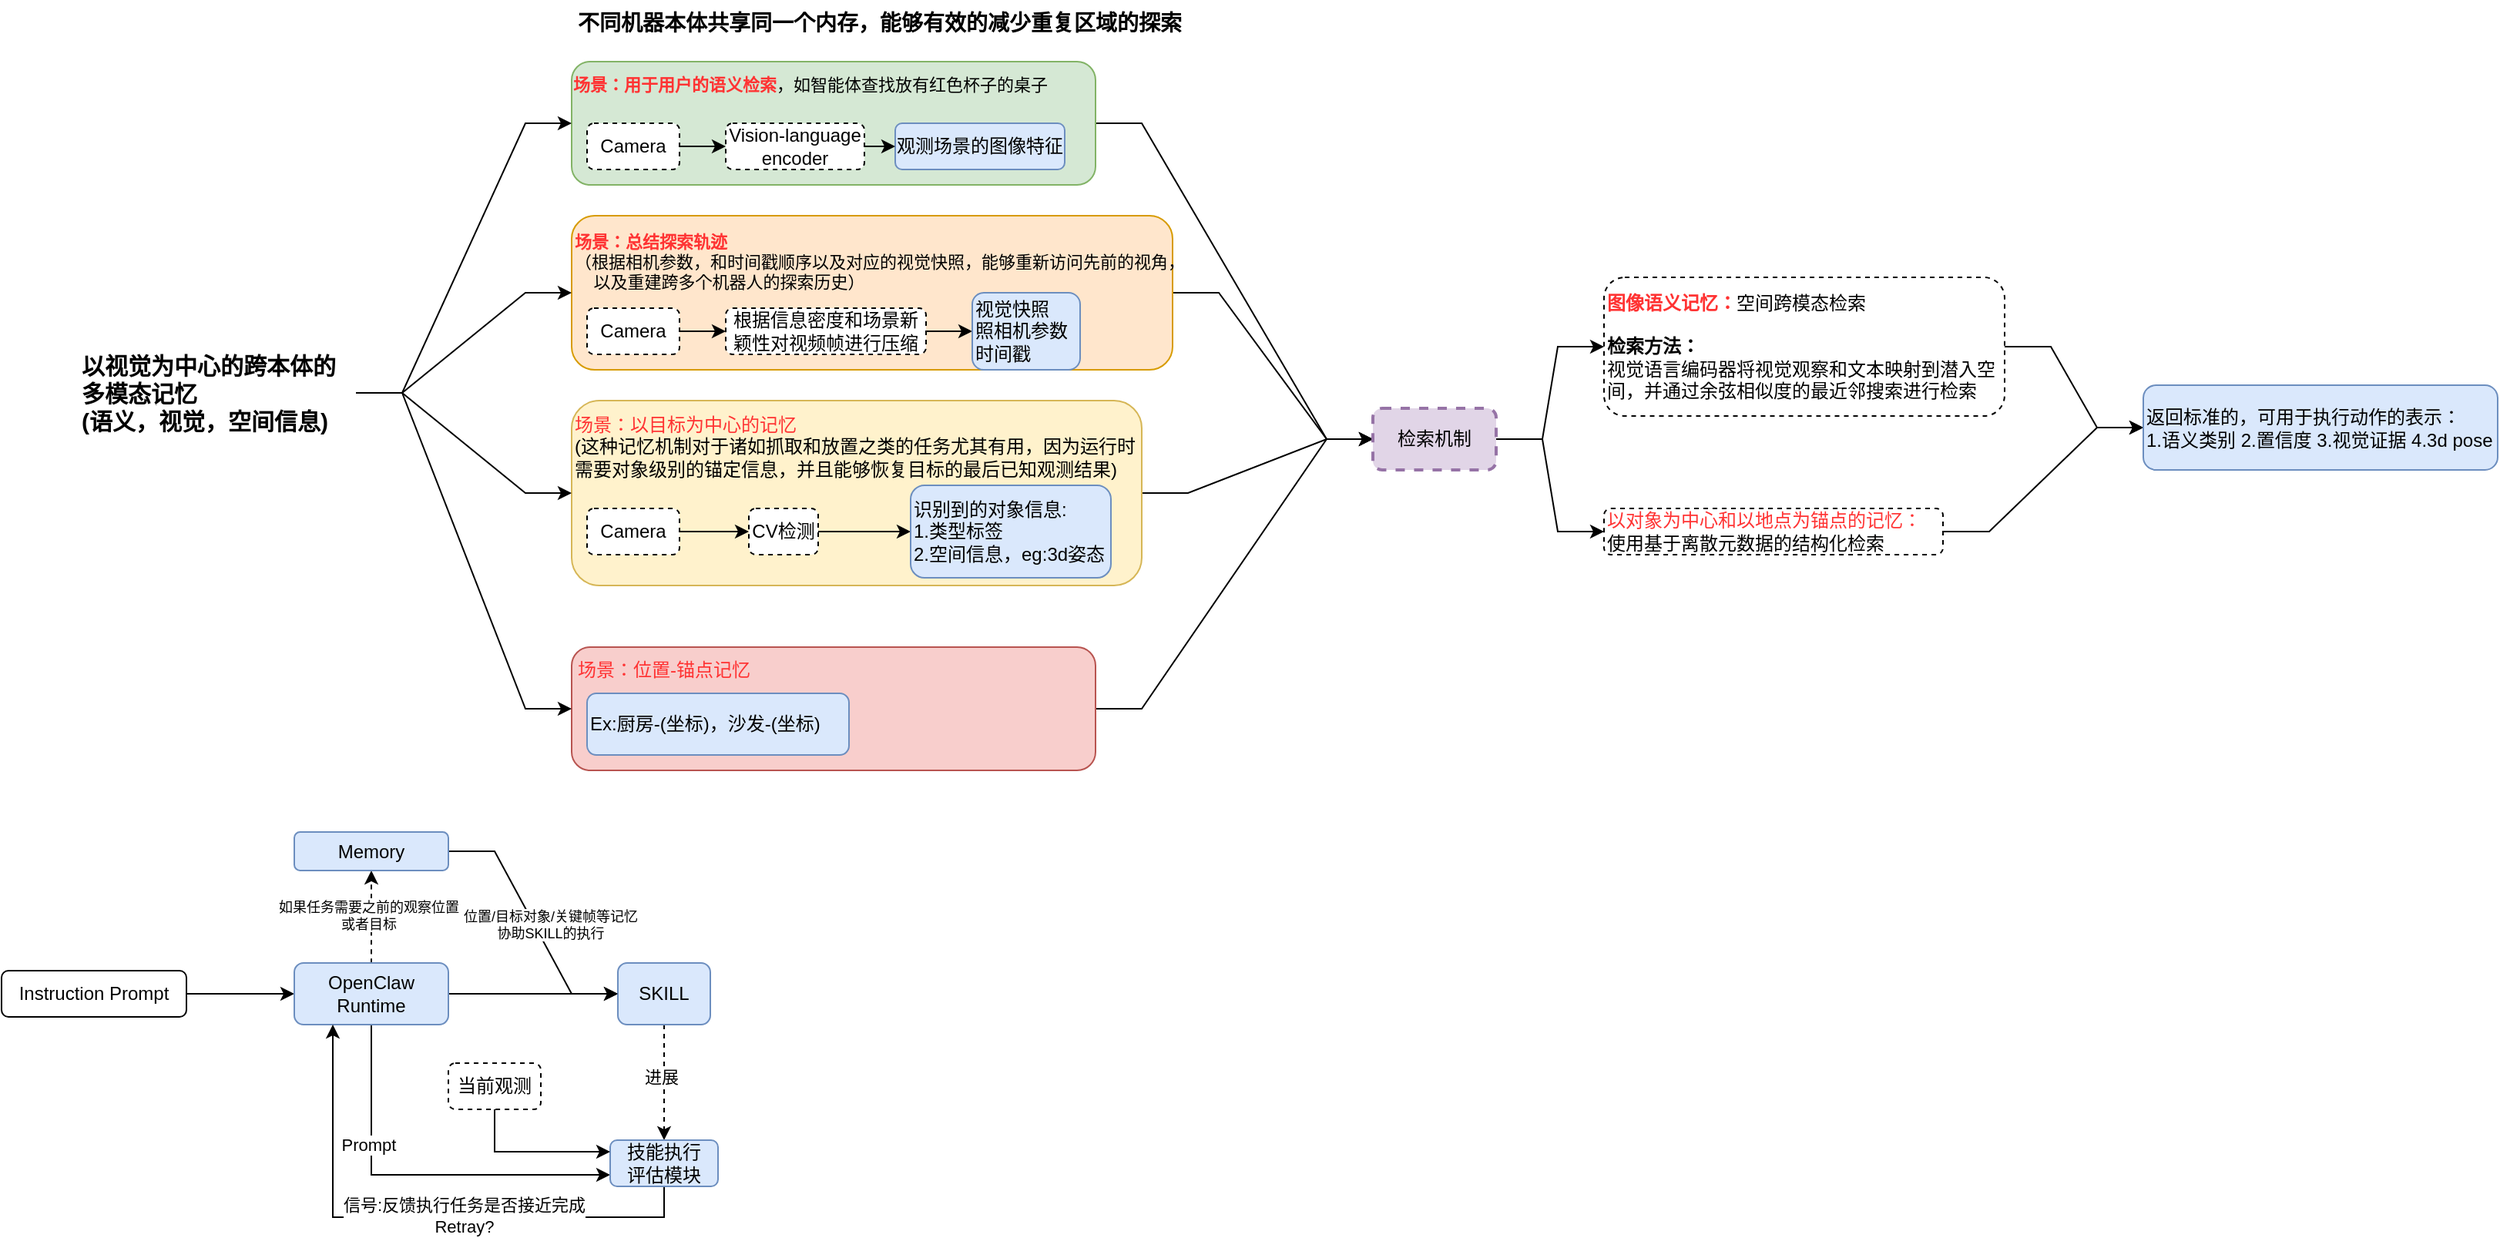
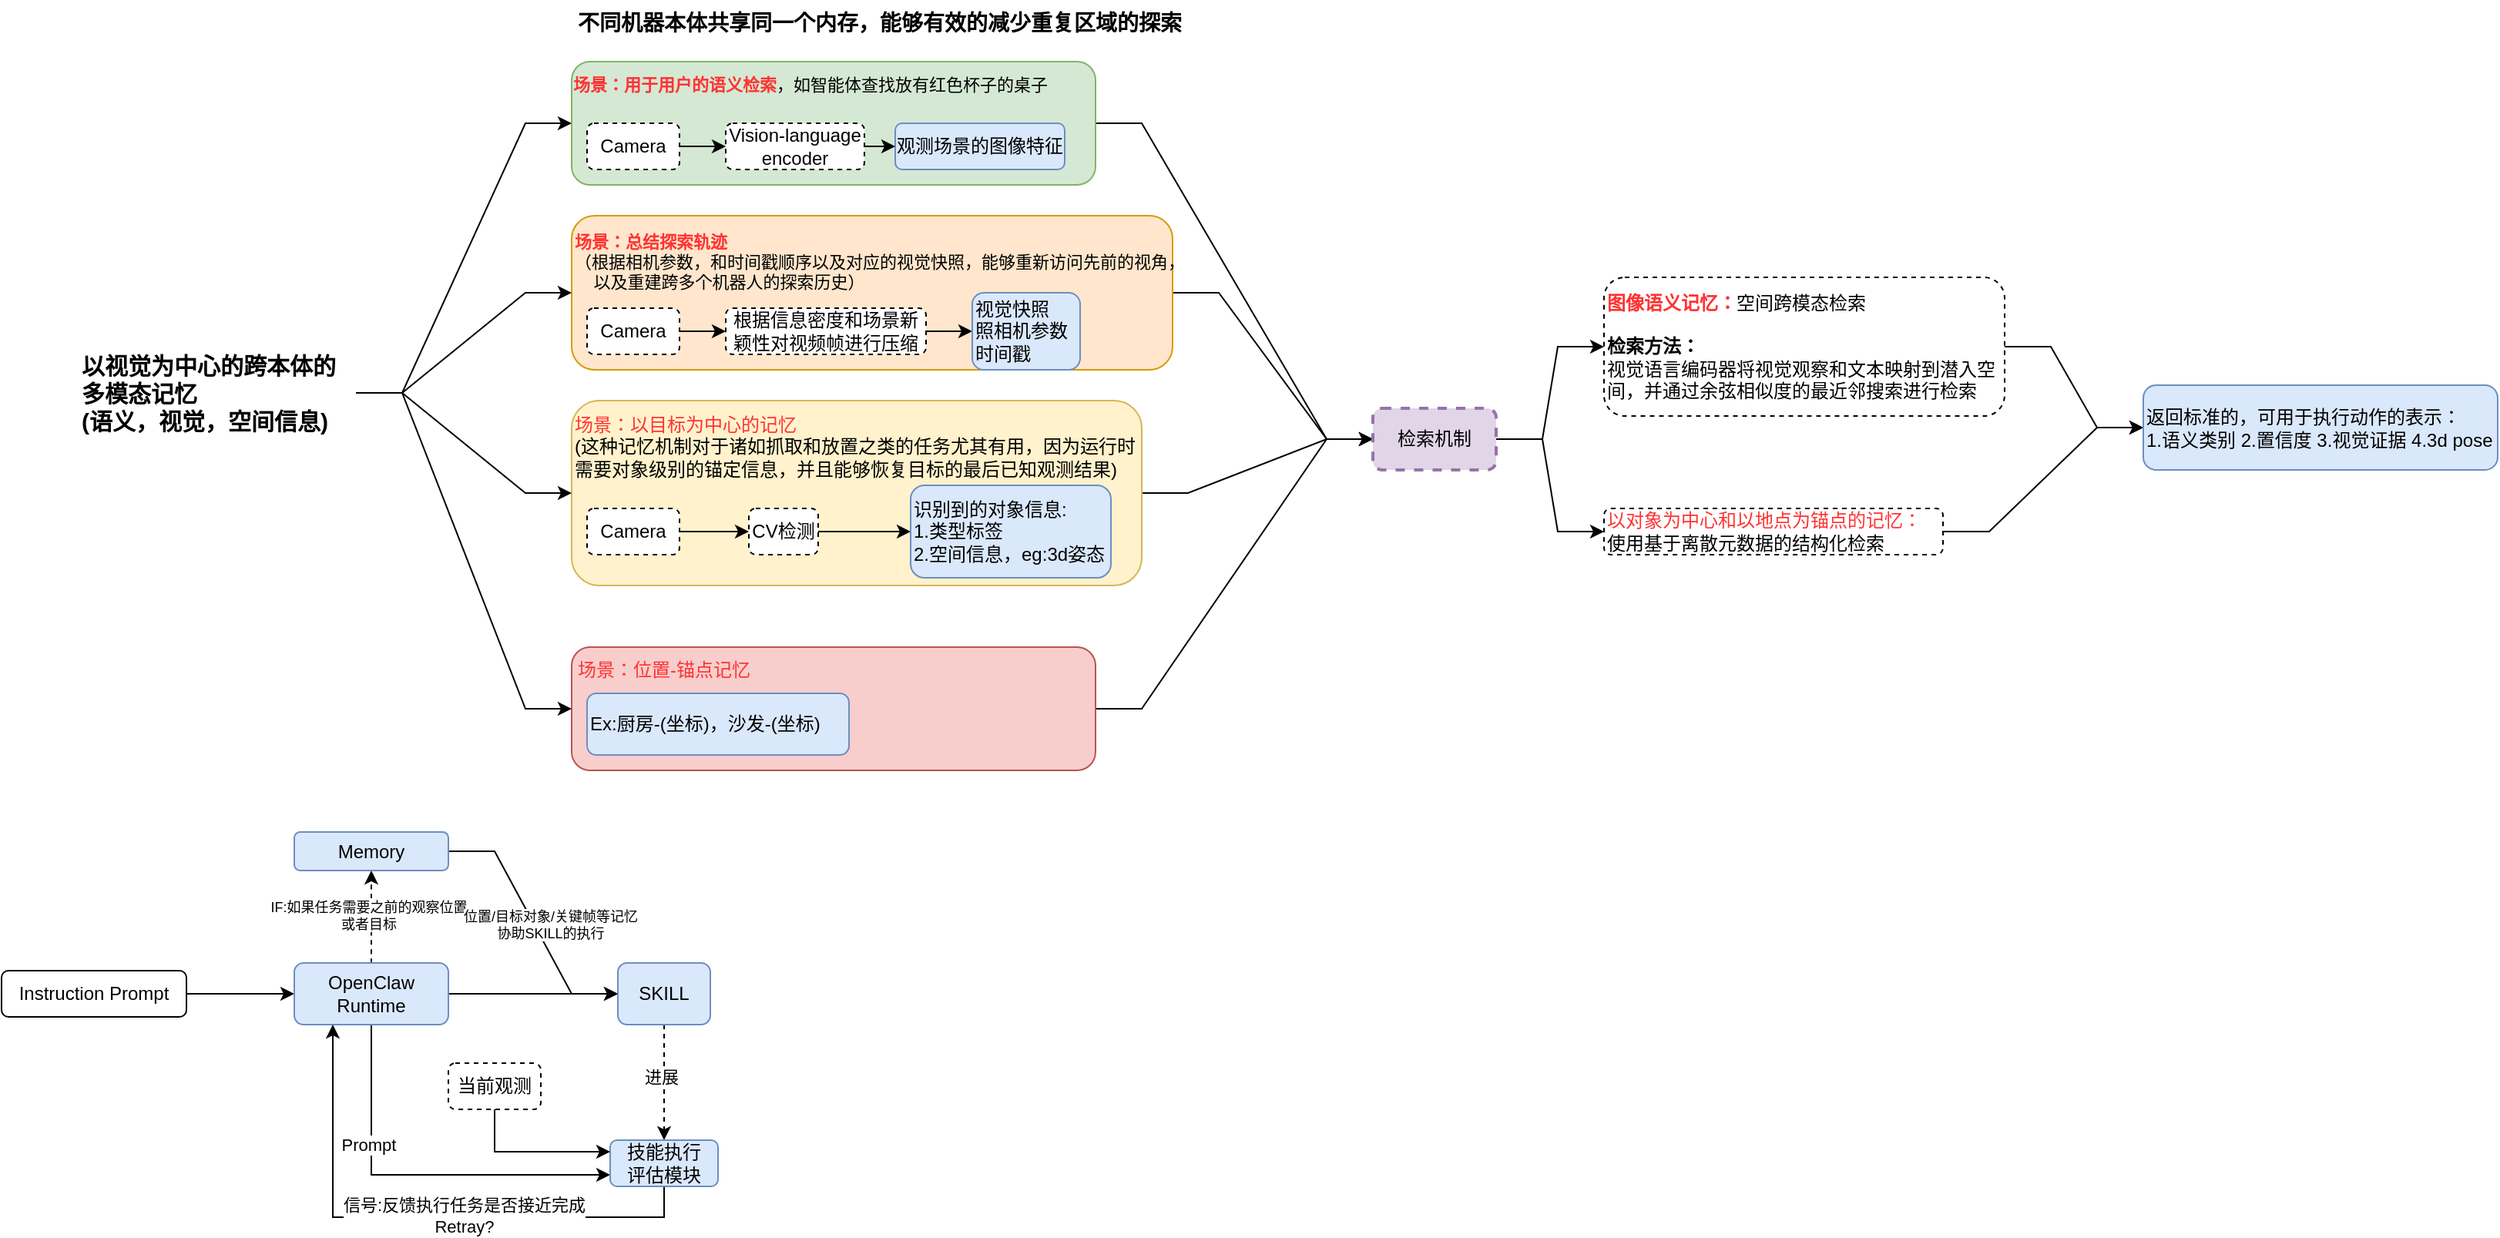
<mxfile host="app.diagrams.net">
  <diagram name="ABot-Claw" id="ri1UiOSOw__C7K71Jf-3">
    <mxGraphModel dx="566" dy="306" grid="1" gridSize="10" guides="1" tooltips="1" connect="1" arrows="1" fold="1" page="1" pageScale="1" pageWidth="3300" pageHeight="2339" math="0" shadow="0">
      <root>
        <mxCell id="0" />
        <mxCell id="1" parent="0" />
        <mxCell id="8uAygAgR7DF40HWwl34I-37" edge="1" parent="1" source="8uAygAgR7DF40HWwl34I-28" style="edgeStyle=entityRelationEdgeStyle;rounded=0;orthogonalLoop=1;jettySize=auto;html=1;exitX=1;exitY=0.5;exitDx=0;exitDy=0;" target="8uAygAgR7DF40HWwl34I-33">
          <mxGeometry relative="1" as="geometry" />
        </mxCell>
        <mxCell id="8uAygAgR7DF40HWwl34I-28" parent="1" style="rounded=1;whiteSpace=wrap;html=1;fillColor=#f8cecc;strokeColor=#b85450;" value="" vertex="1">
          <mxGeometry height="80" width="340" x="480" y="470" as="geometry" />
        </mxCell>
        <mxCell id="8uAygAgR7DF40HWwl34I-36" edge="1" parent="1" source="8uAygAgR7DF40HWwl34I-24" style="edgeStyle=entityRelationEdgeStyle;rounded=0;orthogonalLoop=1;jettySize=auto;html=1;exitX=1;exitY=0.5;exitDx=0;exitDy=0;entryX=0;entryY=0.5;entryDx=0;entryDy=0;" target="8uAygAgR7DF40HWwl34I-33">
          <mxGeometry relative="1" as="geometry">
            <mxPoint x="1020" y="320" as="targetPoint" />
          </mxGeometry>
        </mxCell>
        <mxCell id="8uAygAgR7DF40HWwl34I-24" parent="1" style="rounded=1;whiteSpace=wrap;html=1;fillColor=#fff2cc;strokeColor=#d6b656;" value="" vertex="1">
          <mxGeometry height="120" width="370" x="480" y="310" as="geometry" />
        </mxCell>
        <mxCell id="8uAygAgR7DF40HWwl34I-35" edge="1" parent="1" source="8uAygAgR7DF40HWwl34I-17" style="edgeStyle=entityRelationEdgeStyle;rounded=0;orthogonalLoop=1;jettySize=auto;html=1;exitX=1;exitY=0.5;exitDx=0;exitDy=0;entryX=0;entryY=0.5;entryDx=0;entryDy=0;" target="8uAygAgR7DF40HWwl34I-33">
          <mxGeometry relative="1" as="geometry" />
        </mxCell>
        <mxCell id="8uAygAgR7DF40HWwl34I-17" parent="1" style="rounded=1;whiteSpace=wrap;html=1;fillColor=#ffe6cc;strokeColor=#d79b00;" value="" vertex="1">
          <mxGeometry height="100" width="390" x="480" y="190" as="geometry" />
        </mxCell>
        <mxCell id="8uAygAgR7DF40HWwl34I-34" edge="1" parent="1" source="8uAygAgR7DF40HWwl34I-16" style="edgeStyle=entityRelationEdgeStyle;rounded=0;orthogonalLoop=1;jettySize=auto;html=1;exitX=1;exitY=0.5;exitDx=0;exitDy=0;entryX=0;entryY=0.5;entryDx=0;entryDy=0;" target="8uAygAgR7DF40HWwl34I-33">
          <mxGeometry relative="1" as="geometry" />
        </mxCell>
        <mxCell id="8uAygAgR7DF40HWwl34I-16" parent="1" style="rounded=1;whiteSpace=wrap;html=1;fillColor=#d5e8d4;strokeColor=#82b366;" value="" vertex="1">
          <mxGeometry height="80" width="340" x="480" y="90" as="geometry" />
        </mxCell>
        <mxCell id="8uAygAgR7DF40HWwl34I-29" edge="1" parent="1" source="8uAygAgR7DF40HWwl34I-1" style="edgeStyle=entityRelationEdgeStyle;rounded=0;orthogonalLoop=1;jettySize=auto;html=1;exitX=1;exitY=0.5;exitDx=0;exitDy=0;entryX=0;entryY=0.5;entryDx=0;entryDy=0;" target="8uAygAgR7DF40HWwl34I-16">
          <mxGeometry relative="1" as="geometry" />
        </mxCell>
        <mxCell id="8uAygAgR7DF40HWwl34I-30" edge="1" parent="1" source="8uAygAgR7DF40HWwl34I-1" style="edgeStyle=entityRelationEdgeStyle;rounded=0;orthogonalLoop=1;jettySize=auto;html=1;exitX=1;exitY=0.5;exitDx=0;exitDy=0;entryX=0;entryY=0.5;entryDx=0;entryDy=0;" target="8uAygAgR7DF40HWwl34I-28">
          <mxGeometry relative="1" as="geometry" />
        </mxCell>
        <mxCell id="8uAygAgR7DF40HWwl34I-31" edge="1" parent="1" source="8uAygAgR7DF40HWwl34I-1" style="edgeStyle=entityRelationEdgeStyle;rounded=0;orthogonalLoop=1;jettySize=auto;html=1;exitX=1;exitY=0.5;exitDx=0;exitDy=0;entryX=0;entryY=0.5;entryDx=0;entryDy=0;" target="8uAygAgR7DF40HWwl34I-17">
          <mxGeometry relative="1" as="geometry" />
        </mxCell>
        <mxCell id="8uAygAgR7DF40HWwl34I-32" edge="1" parent="1" source="8uAygAgR7DF40HWwl34I-1" style="edgeStyle=entityRelationEdgeStyle;rounded=0;orthogonalLoop=1;jettySize=auto;html=1;exitX=1;exitY=0.5;exitDx=0;exitDy=0;entryX=0;entryY=0.5;entryDx=0;entryDy=0;" target="8uAygAgR7DF40HWwl34I-24">
          <mxGeometry relative="1" as="geometry" />
        </mxCell>
        <mxCell id="8uAygAgR7DF40HWwl34I-1" parent="1" style="text;html=1;whiteSpace=wrap;strokeColor=none;fillColor=none;align=left;verticalAlign=middle;rounded=0;fontStyle=1;fontSize=15;" value="以视觉为中心的跨本体的多模态记忆&lt;br&gt;(语义，视觉，空间信息)" vertex="1">
          <mxGeometry height="30" width="180" x="160" y="290" as="geometry" />
        </mxCell>
        <mxCell id="8uAygAgR7DF40HWwl34I-2" parent="1" style="rounded=1;whiteSpace=wrap;html=1;fillColor=#dae8fc;strokeColor=#6c8ebf;" value="观测场景的图像特征" vertex="1">
          <mxGeometry height="30" width="110" x="690" y="130" as="geometry" />
        </mxCell>
        <mxCell id="8uAygAgR7DF40HWwl34I-5" edge="1" parent="1" source="8uAygAgR7DF40HWwl34I-3" style="edgeStyle=orthogonalEdgeStyle;rounded=0;orthogonalLoop=1;jettySize=auto;html=1;exitX=1;exitY=0.5;exitDx=0;exitDy=0;entryX=0;entryY=0.5;entryDx=0;entryDy=0;" target="8uAygAgR7DF40HWwl34I-2">
          <mxGeometry relative="1" as="geometry" />
        </mxCell>
        <mxCell id="8uAygAgR7DF40HWwl34I-3" parent="1" style="rounded=1;whiteSpace=wrap;html=1;dashed=1;" value="Vision-language encoder" vertex="1">
          <mxGeometry height="30" width="90" x="580" y="130" as="geometry" />
        </mxCell>
        <mxCell id="8uAygAgR7DF40HWwl34I-6" edge="1" parent="1" source="8uAygAgR7DF40HWwl34I-4" style="edgeStyle=orthogonalEdgeStyle;rounded=0;orthogonalLoop=1;jettySize=auto;html=1;exitX=1;exitY=0.5;exitDx=0;exitDy=0;entryX=0;entryY=0.5;entryDx=0;entryDy=0;" target="8uAygAgR7DF40HWwl34I-3">
          <mxGeometry relative="1" as="geometry" />
        </mxCell>
        <mxCell id="8uAygAgR7DF40HWwl34I-4" parent="1" style="rounded=1;whiteSpace=wrap;html=1;dashed=1;" value="Camera" vertex="1">
          <mxGeometry height="30" width="60" x="490" y="130" as="geometry" />
        </mxCell>
        <mxCell id="8uAygAgR7DF40HWwl34I-7" parent="1" style="text;html=1;whiteSpace=wrap;strokeColor=none;fillColor=none;align=center;verticalAlign=middle;rounded=0;fontSize=11;" value="&lt;b&gt;&lt;font style=&quot;color: rgb(255, 51, 51);&quot;&gt;场景：用于用户的语义检索&lt;/font&gt;&lt;/b&gt;，如智能体查找放有红色杯子的桌子" vertex="1">
          <mxGeometry height="30" width="310" x="480" y="90" as="geometry" />
        </mxCell>
        <mxCell id="8uAygAgR7DF40HWwl34I-10" edge="1" parent="1" source="8uAygAgR7DF40HWwl34I-8" style="edgeStyle=orthogonalEdgeStyle;rounded=0;orthogonalLoop=1;jettySize=auto;html=1;" target="8uAygAgR7DF40HWwl34I-9" value="">
          <mxGeometry relative="1" as="geometry" />
        </mxCell>
        <mxCell id="8uAygAgR7DF40HWwl34I-8" parent="1" style="rounded=1;whiteSpace=wrap;html=1;dashed=1;" value="Camera" vertex="1">
          <mxGeometry height="30" width="60" x="490" y="250" as="geometry" />
        </mxCell>
        <mxCell id="8uAygAgR7DF40HWwl34I-14" edge="1" parent="1" source="8uAygAgR7DF40HWwl34I-9" style="edgeStyle=orthogonalEdgeStyle;rounded=0;orthogonalLoop=1;jettySize=auto;html=1;exitX=1;exitY=0.5;exitDx=0;exitDy=0;entryX=0;entryY=0.5;entryDx=0;entryDy=0;" target="8uAygAgR7DF40HWwl34I-13">
          <mxGeometry relative="1" as="geometry" />
        </mxCell>
        <mxCell id="8uAygAgR7DF40HWwl34I-9" parent="1" style="rounded=1;whiteSpace=wrap;html=1;dashed=1;" value="根据信息密度和场景新颖性对视频帧进行压缩" vertex="1">
          <mxGeometry height="30" width="130" x="580" y="250" as="geometry" />
        </mxCell>
        <mxCell id="8uAygAgR7DF40HWwl34I-11" parent="1" style="text;html=1;whiteSpace=wrap;strokeColor=none;fillColor=none;align=left;verticalAlign=middle;rounded=0;fontSize=11;" value="&lt;b&gt;&lt;font style=&quot;color: rgb(255, 51, 51);&quot;&gt;场景：总结探索轨迹&lt;/font&gt;&lt;/b&gt;&lt;br&gt;（根据相机参数，和时间戳顺序以及对应的视觉快照，能够重新访问先前的视角，&lt;br&gt;&amp;nbsp; &amp;nbsp; 以及重建跨多个机器人的探索历史）" vertex="1">
          <mxGeometry height="40" width="420" x="480" y="200" as="geometry" />
        </mxCell>
        <mxCell id="8uAygAgR7DF40HWwl34I-13" parent="1" style="rounded=1;whiteSpace=wrap;html=1;fillColor=#dae8fc;strokeColor=#6c8ebf;align=left;" value="视觉快照&lt;br&gt;&lt;span style=&quot;&quot;&gt;照相机参数&lt;/span&gt;&lt;div style=&quot;&quot;&gt;时间戳&lt;/div&gt;" vertex="1">
          <mxGeometry height="50" width="70" x="740" y="240" as="geometry" />
        </mxCell>
        <mxCell id="8uAygAgR7DF40HWwl34I-25" edge="1" parent="1" source="8uAygAgR7DF40HWwl34I-19" style="edgeStyle=orthogonalEdgeStyle;rounded=0;orthogonalLoop=1;jettySize=auto;html=1;exitX=1;exitY=0.5;exitDx=0;exitDy=0;entryX=0;entryY=0.5;entryDx=0;entryDy=0;" target="8uAygAgR7DF40HWwl34I-20">
          <mxGeometry relative="1" as="geometry" />
        </mxCell>
        <mxCell id="8uAygAgR7DF40HWwl34I-19" parent="1" style="rounded=1;whiteSpace=wrap;html=1;dashed=1;" value="Camera" vertex="1">
          <mxGeometry height="30" width="60" x="490" y="380" as="geometry" />
        </mxCell>
        <mxCell id="8uAygAgR7DF40HWwl34I-22" edge="1" parent="1" source="8uAygAgR7DF40HWwl34I-20" style="edgeStyle=orthogonalEdgeStyle;rounded=0;orthogonalLoop=1;jettySize=auto;html=1;" target="8uAygAgR7DF40HWwl34I-21" value="">
          <mxGeometry relative="1" as="geometry" />
        </mxCell>
        <mxCell id="8uAygAgR7DF40HWwl34I-20" parent="1" style="rounded=1;whiteSpace=wrap;html=1;dashed=1;" value="CV检测" vertex="1">
          <mxGeometry height="30" width="45" x="595" y="380" as="geometry" />
        </mxCell>
        <mxCell id="8uAygAgR7DF40HWwl34I-21" parent="1" style="rounded=1;whiteSpace=wrap;html=1;align=left;fillColor=#dae8fc;strokeColor=#6c8ebf;" value="识别到的对象信息:&lt;div&gt;1.类型标签&lt;br&gt;2.空间信息，eg:3d姿态&lt;/div&gt;" vertex="1">
          <mxGeometry height="60" width="130" x="700" y="365" as="geometry" />
        </mxCell>
        <mxCell id="8uAygAgR7DF40HWwl34I-23" parent="1" style="text;html=1;whiteSpace=wrap;strokeColor=none;fillColor=none;align=left;verticalAlign=middle;rounded=0;" value="&lt;font style=&quot;color: rgb(255, 51, 51);&quot;&gt;场景：以目标为中心的记忆&lt;/font&gt;&lt;br&gt;(这种记忆机制对于诸如抓取和放置之类的任务尤其有用，因为运行时需要对象级别的锚定信息，并且能够恢复目标的最后已知观测结果)" vertex="1">
          <mxGeometry height="50" width="370" x="480" y="315" as="geometry" />
        </mxCell>
        <mxCell id="8uAygAgR7DF40HWwl34I-26" parent="1" style="rounded=1;whiteSpace=wrap;html=1;align=left;fillColor=#dae8fc;strokeColor=#6c8ebf;" value="Ex:厨房-(坐标)，沙发-(坐标)" vertex="1">
          <mxGeometry height="40" width="170" x="490" y="500" as="geometry" />
        </mxCell>
        <mxCell id="8uAygAgR7DF40HWwl34I-27" parent="1" style="text;html=1;whiteSpace=wrap;strokeColor=none;fillColor=none;align=center;verticalAlign=middle;rounded=0;fontColor=#FF3333;" value="场景：&lt;span style=&quot;text-align: left;&quot;&gt;位置-锚点记忆&lt;/span&gt;" vertex="1">
          <mxGeometry height="30" width="120" x="480" y="470" as="geometry" />
        </mxCell>
        <mxCell id="8uAygAgR7DF40HWwl34I-42" edge="1" parent="1" source="8uAygAgR7DF40HWwl34I-33" style="edgeStyle=entityRelationEdgeStyle;rounded=0;orthogonalLoop=1;jettySize=auto;html=1;exitX=1;exitY=0.5;exitDx=0;exitDy=0;" target="8uAygAgR7DF40HWwl34I-40">
          <mxGeometry relative="1" as="geometry" />
        </mxCell>
        <mxCell id="8uAygAgR7DF40HWwl34I-43" edge="1" parent="1" source="8uAygAgR7DF40HWwl34I-33" style="edgeStyle=entityRelationEdgeStyle;rounded=0;orthogonalLoop=1;jettySize=auto;html=1;exitX=1;exitY=0.5;exitDx=0;exitDy=0;entryX=0;entryY=0.5;entryDx=0;entryDy=0;" target="8uAygAgR7DF40HWwl34I-41">
          <mxGeometry relative="1" as="geometry" />
        </mxCell>
        <mxCell id="8uAygAgR7DF40HWwl34I-33" parent="1" style="rounded=1;whiteSpace=wrap;html=1;fillColor=#e1d5e7;strokeColor=#9673a6;dashed=1;strokeWidth=2;" value="检索机制" vertex="1">
          <mxGeometry height="40" width="80" x="1000" y="315" as="geometry" />
        </mxCell>
        <mxCell id="8uAygAgR7DF40HWwl34I-45" edge="1" parent="1" source="8uAygAgR7DF40HWwl34I-40" style="edgeStyle=entityRelationEdgeStyle;rounded=0;orthogonalLoop=1;jettySize=auto;html=1;exitX=1;exitY=0.5;exitDx=0;exitDy=0;entryX=0;entryY=0.5;entryDx=0;entryDy=0;" target="8uAygAgR7DF40HWwl34I-44">
          <mxGeometry relative="1" as="geometry" />
        </mxCell>
        <mxCell id="8uAygAgR7DF40HWwl34I-40" parent="1" style="text;html=1;whiteSpace=wrap;strokeColor=default;fillColor=none;align=left;verticalAlign=middle;rounded=1;dashed=1;" value="&lt;b&gt;&lt;font style=&quot;color: rgb(255, 51, 51);&quot;&gt;图像语义记忆：&lt;/font&gt;&lt;/b&gt;空间跨模态检索&lt;br&gt;&lt;br&gt;&lt;b&gt;&lt;font style=&quot;color: rgb(0, 0, 0);&quot;&gt;检索方法：&lt;/font&gt;&lt;/b&gt;&lt;br&gt;视觉语言编码器将视觉观察和文本映射到潜入空间，并通过余弦相似度的最近邻搜索进行检索" vertex="1">
          <mxGeometry height="90" width="260" x="1150" y="230" as="geometry" />
        </mxCell>
        <mxCell id="8uAygAgR7DF40HWwl34I-46" edge="1" parent="1" source="8uAygAgR7DF40HWwl34I-41" style="edgeStyle=entityRelationEdgeStyle;rounded=0;orthogonalLoop=1;jettySize=auto;html=1;exitX=1;exitY=0.5;exitDx=0;exitDy=0;entryX=0;entryY=0.5;entryDx=0;entryDy=0;" target="8uAygAgR7DF40HWwl34I-44">
          <mxGeometry relative="1" as="geometry" />
        </mxCell>
        <mxCell id="8uAygAgR7DF40HWwl34I-41" parent="1" style="text;html=1;whiteSpace=wrap;strokeColor=default;fillColor=none;align=left;verticalAlign=middle;rounded=1;dashed=1;" value="&lt;font style=&quot;color: rgb(255, 51, 51);&quot;&gt;以对象为中心和以地点为锚点的记忆：&lt;/font&gt;&lt;br&gt;使用基于离散元数据的结构化检索" vertex="1">
          <mxGeometry height="30" width="220" x="1150" y="380" as="geometry" />
        </mxCell>
        <mxCell id="8uAygAgR7DF40HWwl34I-44" parent="1" style="rounded=1;whiteSpace=wrap;html=1;align=left;fillColor=#dae8fc;strokeColor=#6c8ebf;" value="返回标准的，可用于执行动作的表示：&lt;br&gt;1.语义类别 2.置信度 3.视觉证据 4.3d pose" vertex="1">
          <mxGeometry height="55" width="230" x="1500" y="300" as="geometry" />
        </mxCell>
        <mxCell id="8uAygAgR7DF40HWwl34I-47" parent="1" style="text;html=1;whiteSpace=wrap;strokeColor=none;fillColor=none;align=center;verticalAlign=middle;rounded=0;fontStyle=1;fontSize=14;" value="不同机器本体共享同一个内存，能够有效的减少重复区域的探索" vertex="1">
          <mxGeometry height="30" width="400" x="480" y="50" as="geometry" />
        </mxCell>
        <mxCell id="8uAygAgR7DF40HWwl34I-50" edge="1" parent="1" source="8uAygAgR7DF40HWwl34I-48" style="edgeStyle=entityRelationEdgeStyle;rounded=0;orthogonalLoop=1;jettySize=auto;html=1;" target="8uAygAgR7DF40HWwl34I-49" value="">
          <mxGeometry relative="1" as="geometry" />
        </mxCell>
        <mxCell id="8uAygAgR7DF40HWwl34I-48" parent="1" style="rounded=1;whiteSpace=wrap;html=1;" value="Instruction Prompt" vertex="1">
          <mxGeometry height="30" width="120" x="110" y="680" as="geometry" />
        </mxCell>
        <mxCell id="8uAygAgR7DF40HWwl34I-52" edge="1" parent="1" source="8uAygAgR7DF40HWwl34I-49" style="edgeStyle=entityRelationEdgeStyle;rounded=0;orthogonalLoop=1;jettySize=auto;html=1;" target="8uAygAgR7DF40HWwl34I-51" value="">
          <mxGeometry relative="1" as="geometry" />
        </mxCell>
        <mxCell id="8uAygAgR7DF40HWwl34I-62" edge="1" parent="1" source="8uAygAgR7DF40HWwl34I-49" style="rounded=0;orthogonalLoop=1;jettySize=auto;html=1;exitX=0.5;exitY=0;exitDx=0;exitDy=0;entryX=0.5;entryY=1;entryDx=0;entryDy=0;dashed=1;edgeStyle=orthogonalEdgeStyle;curved=1;" target="8uAygAgR7DF40HWwl34I-53">
          <mxGeometry relative="1" as="geometry">
            <mxPoint x="355" y="640" as="targetPoint" />
          </mxGeometry>
        </mxCell>
-         <mxCell id="8uAygAgR7DF40HWwl34I-63" connectable="0" parent="8uAygAgR7DF40HWwl34I-62" style="edgeLabel;html=1;align=center;verticalAlign=middle;resizable=0;points=[];fontSize=9;" value="如果任务需要之前的观察位置&lt;br&gt;或者目标" vertex="1">
+         <mxCell id="8uAygAgR7DF40HWwl34I-63" connectable="0" parent="8uAygAgR7DF40HWwl34I-62" style="edgeLabel;html=1;align=center;verticalAlign=middle;resizable=0;points=[];fontSize=9;" value="IF:如果任务需要之前的观察位置&lt;br&gt;或者目标" vertex="1">
          <mxGeometry relative="1" x="0.053" y="2" as="geometry">
            <mxPoint as="offset" />
          </mxGeometry>
        </mxCell>
        <mxCell id="8uAygAgR7DF40HWwl34I-67" edge="1" parent="1" source="8uAygAgR7DF40HWwl34I-49" style="edgeStyle=orthogonalEdgeStyle;rounded=0;orthogonalLoop=1;jettySize=auto;html=1;exitX=0.5;exitY=1;exitDx=0;exitDy=0;entryX=0;entryY=0.75;entryDx=0;entryDy=0;" target="8uAygAgR7DF40HWwl34I-66">
          <mxGeometry relative="1" as="geometry">
            <mxPoint x="360" y="760" as="targetPoint" />
          </mxGeometry>
        </mxCell>
        <mxCell id="8uAygAgR7DF40HWwl34I-68" connectable="0" parent="8uAygAgR7DF40HWwl34I-67" style="edgeLabel;html=1;align=center;verticalAlign=middle;resizable=0;points=[];" value="Prompt" vertex="1">
          <mxGeometry relative="1" x="-0.3811" y="-2" as="geometry">
            <mxPoint as="offset" />
          </mxGeometry>
        </mxCell>
        <mxCell id="8uAygAgR7DF40HWwl34I-49" parent="1" style="rounded=1;whiteSpace=wrap;html=1;fillColor=#dae8fc;strokeColor=#6c8ebf;" value="OpenClaw&lt;br&gt;Runtime" vertex="1">
          <mxGeometry height="40" width="100" x="300" y="675" as="geometry" />
        </mxCell>
        <mxCell id="8uAygAgR7DF40HWwl34I-69" edge="1" parent="1" source="8uAygAgR7DF40HWwl34I-51" style="rounded=0;orthogonalLoop=1;jettySize=auto;html=1;exitX=0.5;exitY=1;exitDx=0;exitDy=0;entryX=0.5;entryY=0;entryDx=0;entryDy=0;startArrow=none;startFill=0;dashed=1;" target="8uAygAgR7DF40HWwl34I-66">
          <mxGeometry relative="1" as="geometry" />
        </mxCell>
        <mxCell id="8uAygAgR7DF40HWwl34I-70" connectable="0" parent="8uAygAgR7DF40HWwl34I-69" style="edgeLabel;html=1;align=center;verticalAlign=middle;resizable=0;points=[];" value="进展" vertex="1">
          <mxGeometry relative="1" x="-0.1056" y="-2" as="geometry">
            <mxPoint as="offset" />
          </mxGeometry>
        </mxCell>
        <mxCell id="8uAygAgR7DF40HWwl34I-51" parent="1" style="rounded=1;whiteSpace=wrap;html=1;fillColor=#dae8fc;strokeColor=#6c8ebf;" value="SKILL" vertex="1">
          <mxGeometry height="40" width="60" x="510" y="675" as="geometry" />
        </mxCell>
        <mxCell id="8uAygAgR7DF40HWwl34I-64" edge="1" parent="1" source="8uAygAgR7DF40HWwl34I-53" style="edgeStyle=entityRelationEdgeStyle;rounded=0;orthogonalLoop=1;jettySize=auto;html=1;exitX=1;exitY=0.5;exitDx=0;exitDy=0;entryX=0;entryY=0.5;entryDx=0;entryDy=0;" target="8uAygAgR7DF40HWwl34I-51">
          <mxGeometry relative="1" as="geometry" />
        </mxCell>
        <mxCell id="8uAygAgR7DF40HWwl34I-65" connectable="0" parent="8uAygAgR7DF40HWwl34I-64" style="edgeLabel;html=1;align=center;verticalAlign=middle;resizable=0;points=[];fontSize=9;" value="位置/目标对象/关键帧等记忆&lt;br&gt;协助SKILL的执行" vertex="1">
          <mxGeometry relative="1" x="-0.1048" as="geometry">
            <mxPoint x="15" y="9" as="offset" />
          </mxGeometry>
        </mxCell>
        <mxCell id="8uAygAgR7DF40HWwl34I-53" parent="1" style="rounded=1;whiteSpace=wrap;html=1;fillColor=#dae8fc;strokeColor=#6c8ebf;" value="Memory" vertex="1">
          <mxGeometry height="25" width="100" x="300" y="590" as="geometry" />
        </mxCell>
        <mxCell id="8uAygAgR7DF40HWwl34I-74" edge="1" parent="1" source="8uAygAgR7DF40HWwl34I-66" style="edgeStyle=orthogonalEdgeStyle;rounded=0;orthogonalLoop=1;jettySize=auto;html=1;exitX=0.5;exitY=1;exitDx=0;exitDy=0;entryX=0.25;entryY=1;entryDx=0;entryDy=0;" target="8uAygAgR7DF40HWwl34I-49">
          <mxGeometry relative="1" as="geometry" />
        </mxCell>
        <mxCell id="8uAygAgR7DF40HWwl34I-75" connectable="0" parent="8uAygAgR7DF40HWwl34I-74" style="edgeLabel;html=1;align=center;verticalAlign=middle;resizable=0;points=[];" value="信号:反馈执行任务是否接近完成&lt;br&gt;Retray?" vertex="1">
          <mxGeometry relative="1" x="-0.1644" y="-1" as="geometry">
            <mxPoint as="offset" />
          </mxGeometry>
        </mxCell>
        <mxCell id="8uAygAgR7DF40HWwl34I-66" parent="1" style="rounded=1;whiteSpace=wrap;html=1;fillColor=#dae8fc;strokeColor=#6c8ebf;" value="技能执行&lt;br&gt;评估模块" vertex="1">
          <mxGeometry height="30" width="70" x="505" y="790" as="geometry" />
        </mxCell>
        <mxCell id="8uAygAgR7DF40HWwl34I-73" edge="1" parent="1" source="8uAygAgR7DF40HWwl34I-71" style="edgeStyle=orthogonalEdgeStyle;rounded=0;orthogonalLoop=1;jettySize=auto;html=1;exitX=0.5;exitY=1;exitDx=0;exitDy=0;entryX=0;entryY=0.25;entryDx=0;entryDy=0;" target="8uAygAgR7DF40HWwl34I-66">
          <mxGeometry relative="1" as="geometry" />
        </mxCell>
        <mxCell id="8uAygAgR7DF40HWwl34I-71" parent="1" style="rounded=1;whiteSpace=wrap;html=1;dashed=1;" value="当前观测" vertex="1">
          <mxGeometry height="30" width="60" x="400" y="740" as="geometry" />
        </mxCell>
      </root>
    </mxGraphModel>
  </diagram>
</mxfile>
